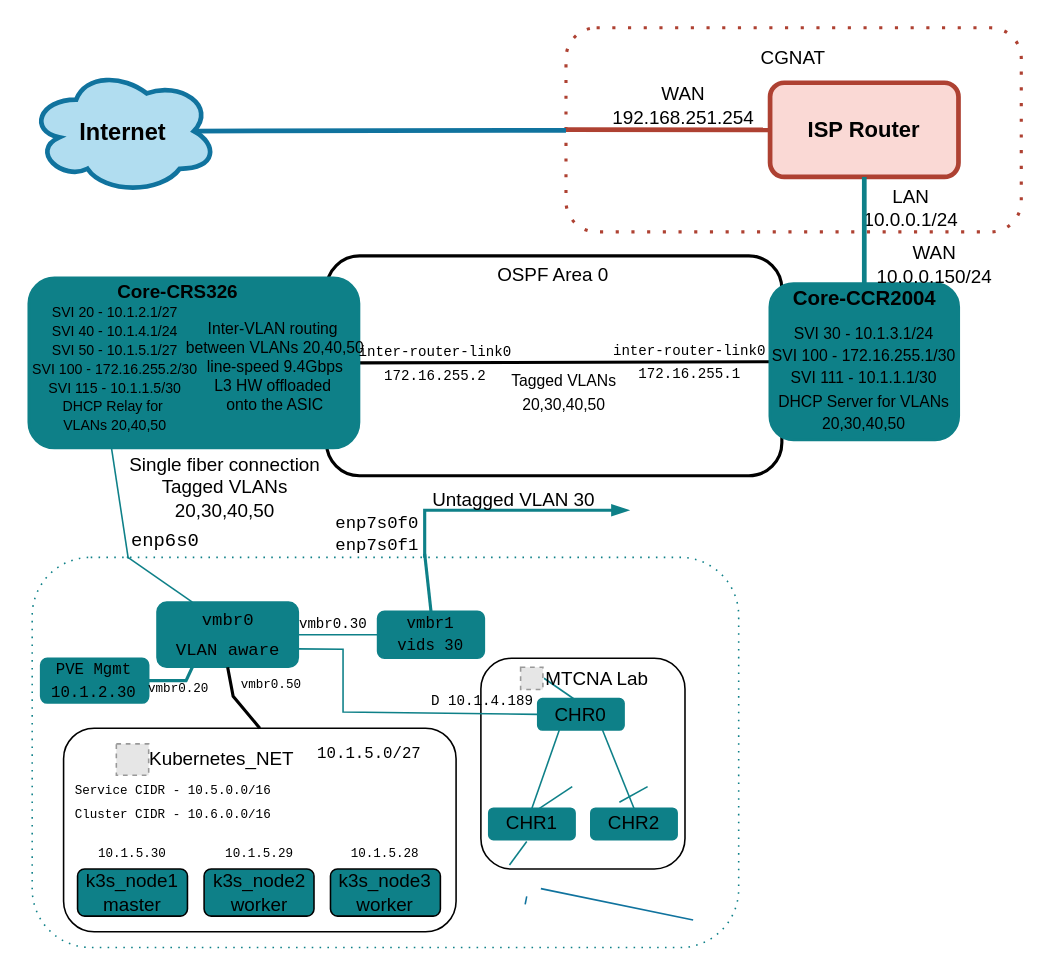
The draw.io diagram media/topology.drawio in Andreansx/Networking-lab, before the edit. Source tidied: cells renumbered, new cells numbered last; positions are measured from the earlier drawing's top-left corner, leaving out a move shared by most shapes. Both pictures are drawn from the tidied source at 157%, with x=0, y=0 at pixel (28, 27). Pictures stored in the file or linked from it are replaced by grey dashed boxes.
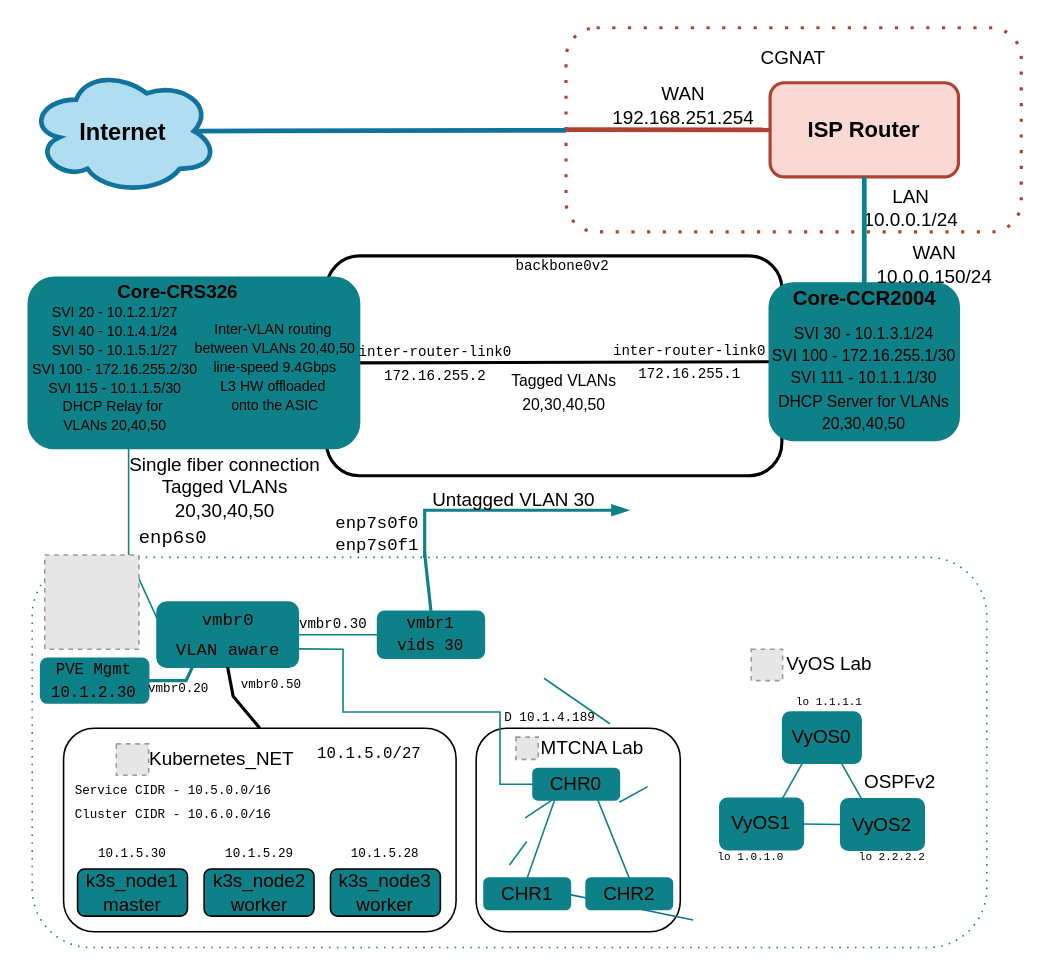
After the change.

Change to the diagram source:
```diff
@@
     <mxCell id="2" style="rounded=1;whiteSpace=wrap;html=1;fillColor=none;dashed=1;dashPattern=1 4;strokeColor=light-dark(#0E8088,#FCA311);strokeWidth=1;" parent="1" vertex="1">
-      <mxGeometry x="2" y="337.5" width="450" height="248.5" as="geometry" />
+      <mxGeometry x="2" y="337.5" width="608" height="248.5" as="geometry" />
     </mxCell>
     <mxCell id="3" style="rounded=1;whiteSpace=wrap;html=1;fillColor=none;strokeColor=light-dark(#000000,#4C0099);" parent="1" vertex="1">
-      <mxGeometry x="287.8" y="401.8" width="130" height="134.2" as="geometry" />
+      <mxGeometry x="284.8" y="446.3" width="130" height="129.7" as="geometry" />
     </mxCell>
@@
-    <mxCell id="5" style="rounded=1;whiteSpace=wrap;html=1;fillColor=none;strokeColor=light-dark(#000000,#910049);strokeWidth=2;fillStyle=dashed;gradientColor=light-dark(#000000,#99004D);gradientDirection=south;" parent="1" vertex="1">
+    <mxCell id="5" style="rounded=1;whiteSpace=wrap;html=1;fillColor=none;strokeColor=light-dark(#000000,#E00B43);strokeWidth=2;fillStyle=dashed;gradientColor=light-dark(#000000,#99004D);gradientDirection=south;" parent="1" vertex="1">
       <mxGeometry x="189.5" y="145.5" width="290" height="140" as="geometry" />
     </mxCell>
-    <mxCell id="6" style="rounded=1;whiteSpace=wrap;html=1;fillColor=none;dashed=1;dashPattern=1 4;strokeColor=light-dark(#AE4132,#FF0000);strokeWidth=2;" parent="1" vertex="1">
+    <mxCell id="6" style="rounded=1;whiteSpace=wrap;html=1;fillColor=none;dashed=1;dashPattern=1 4;strokeColor=light-dark(#AE4132,#B80000);strokeWidth=2;" parent="1" vertex="1">
       <mxGeometry x="342" y="0.2" width="290" height="130" as="geometry" />
     </mxCell>
@@
-    <mxCell id="8" value="&lt;b&gt;&lt;font style=&quot;font-size: 14px;&quot;&gt;ISP Router&lt;/font&gt;&lt;/b&gt;" style="rounded=1;whiteSpace=wrap;html=1;fillColor=#fad9d5;strokeColor=light-dark(#AE4132,#FF0000);strokeWidth=3;glass=0;" parent="1" vertex="1">
+    <mxCell id="8" value="&lt;b&gt;&lt;font style=&quot;font-size: 14px;&quot;&gt;ISP Router&lt;/font&gt;&lt;/b&gt;" style="rounded=1;whiteSpace=wrap;html=1;fillColor=light-dark(#FAD9D5,#190F0D);strokeColor=light-dark(#AE4132,#B80000);strokeWidth=2;glass=0;" parent="1" vertex="1">
       <mxGeometry x="472" y="35.2" width="120" height="60" as="geometry" />
     </mxCell>
@@
-    <mxCell id="15" style="rounded=1;whiteSpace=wrap;html=1;fillColor=light-dark(#0E8088,#242423);strokeColor=light-dark(#0E8088,#FCA311);strokeWidth=2;glass=0;" parent="1" vertex="1">
+    <mxCell id="15" style="rounded=1;whiteSpace=wrap;html=1;fillColor=light-dark(#0E8088,#121211);strokeColor=light-dark(#0E8088,#FCA311);strokeWidth=2;glass=0;" parent="1" vertex="1">
       <mxGeometry x="472" y="163.2" width="120" height="99.4" as="geometry" />
     </mxCell>
@@
-    <mxCell id="18" style="rounded=1;whiteSpace=wrap;html=1;fillColor=light-dark(#0E8088,#242423);strokeColor=light-dark(#0E8088,#FCA311);strokeWidth=2;glass=0;" parent="1" vertex="1">
+    <mxCell id="18" style="rounded=1;whiteSpace=wrap;html=1;fillColor=light-dark(#0E8088,#121211);strokeColor=light-dark(#0E8088,#FCA311);strokeWidth=2;glass=0;" parent="1" vertex="1">
       <mxGeometry y="159.6" width="210" height="108.1" as="geometry" />
     </mxCell>
@@
-    <mxCell id="23" style="endArrow=none;html=1;rounded=0;entryX=0.25;entryY=1;entryDx=0;entryDy=0;exitX=0.136;exitY=0.003;exitDx=0;exitDy=0;fillColor=#b0e3e6;strokeColor=light-dark(#0E8088,#FCA311);strokeWidth=1;exitPerimeter=0;" parent="1" edge="1" source="2" target="18">
+    <mxCell id="23" style="endArrow=none;html=1;rounded=0;entryX=0.302;entryY=0.997;entryDx=0;entryDy=0;exitX=0.101;exitY=0.002;exitDx=0;exitDy=0;fillColor=#b0e3e6;strokeColor=light-dark(#0E8088,#FCA311);strokeWidth=1;exitPerimeter=0;entryPerimeter=0;" parent="1" edge="1" source="2" target="18">
       <mxGeometry relative="1" as="geometry" />
     </mxCell>
@@
-    <mxCell id="25" value="&lt;div style=&quot;line-height: 50%;&quot;&gt;&lt;pre&gt;&lt;font style=&quot;font-size: 11px; line-height: 50%;&quot;&gt;vmbr0&lt;/font&gt;&lt;/pre&gt;&lt;pre&gt;&lt;font style=&quot;font-size: 11px; line-height: 50%;&quot;&gt;VLAN aware&lt;/font&gt;&lt;/pre&gt;&lt;/div&gt;" style="rounded=1;whiteSpace=wrap;html=1;fillColor=light-dark(#0E8088,#242423);strokeColor=light-dark(#0E8088,#FCA311);glass=0;" parent="1" vertex="1">
+    <mxCell id="25" value="&lt;div style=&quot;line-height: 50%;&quot;&gt;&lt;pre&gt;&lt;font style=&quot;font-size: 11px; line-height: 50%;&quot;&gt;vmbr0&lt;/font&gt;&lt;/pre&gt;&lt;pre&gt;&lt;font style=&quot;font-size: 11px; line-height: 50%;&quot;&gt;VLAN aware&lt;/font&gt;&lt;/pre&gt;&lt;/div&gt;" style="rounded=1;whiteSpace=wrap;html=1;fillColor=light-dark(#0E8088,#121211);strokeColor=light-dark(#0E8088,#FCA311);glass=0;" parent="1" vertex="1">
       <mxGeometry x="81.5" y="366" width="90" height="41.5" as="geometry" />
     </mxCell>
-    <mxCell id="26" style="endArrow=none;html=1;rounded=1;entryX=0.134;entryY=-0.002;entryDx=0;entryDy=0;exitX=0.25;exitY=0;exitDx=0;exitDy=0;fillColor=#b0e3e6;strokeColor=light-dark(#0E8088,#FCA311);endSize=8;strokeWidth=1;entryPerimeter=0;curved=0;" parent="1" edge="1" source="25" target="2">
+    <mxCell id="26" style="endArrow=none;html=1;rounded=1;entryX=0.102;entryY=0.002;entryDx=0;entryDy=0;exitX=0;exitY=0.25;exitDx=0;exitDy=0;fillColor=#b0e3e6;strokeColor=light-dark(#0E8088,#FCA311);endSize=8;strokeWidth=1;entryPerimeter=0;curved=0;" parent="1" edge="1" source="25" target="2">
       <mxGeometry relative="1" as="geometry" />
     </mxCell>
-    <mxCell id="27" value="&lt;pre&gt;&lt;font style=&quot;font-size: 10px;&quot;&gt;PVE Mgmt&lt;br&gt;10.1.2.30&lt;/font&gt;&lt;/pre&gt;" style="rounded=1;whiteSpace=wrap;html=1;fillColor=light-dark(#0E8088,#242423);strokeColor=light-dark(#0E8088,#FCA311);glass=0;" parent="1" vertex="1">
+    <mxCell id="27" value="&lt;pre&gt;&lt;font style=&quot;font-size: 10px;&quot;&gt;PVE Mgmt&lt;br&gt;10.1.2.30&lt;/font&gt;&lt;/pre&gt;" style="rounded=1;whiteSpace=wrap;html=1;fillColor=light-dark(#0E8088,#121211);strokeColor=light-dark(#0E8088,#FCA311);glass=0;" parent="1" vertex="1">
       <mxGeometry x="7.4" y="401.8" width="68.8" height="28.5" as="geometry" />
     </mxCell>
@@
     <mxCell id="30" value="&lt;pre&gt;enp6s0&lt;/pre&gt;" style="text;html=1;align=center;verticalAlign=middle;whiteSpace=wrap;rounded=0;fillColor=none;strokeColor=none;" parent="1" vertex="1">
-      <mxGeometry x="62" y="317.5" width="50" height="20" as="geometry" />
+      <mxGeometry x="67" y="315.5" width="50" height="20" as="geometry" />
     </mxCell>
@@
-    <mxCell id="37" value="OSPF Area 0" style="text;html=1;align=center;verticalAlign=middle;whiteSpace=wrap;rounded=0;" parent="1" vertex="1">
-      <mxGeometry x="290" y="143.2" width="88" height="30" as="geometry" />
-    </mxCell>
@@
-    <mxCell id="48" value="&lt;div style=&quot;line-height: 10%;&quot;&gt;&lt;pre&gt;&lt;font style=&quot;font-size: 10px; line-height: 10%;&quot;&gt;vmbr1&lt;/font&gt;&lt;/pre&gt;&lt;pre&gt;&lt;font style=&quot;font-size: 10px; line-height: 10%;&quot;&gt;vids 30&lt;/font&gt;&lt;/pre&gt;&lt;/div&gt;" style="rounded=1;whiteSpace=wrap;html=1;fillColor=light-dark(#0E8088,#242423);strokeColor=light-dark(#0E8088,#FCA311);glass=0;" parent="1" vertex="1">
+    <mxCell id="48" value="&lt;div style=&quot;line-height: 10%;&quot;&gt;&lt;pre&gt;&lt;font style=&quot;font-size: 10px; line-height: 10%;&quot;&gt;vmbr1&lt;/font&gt;&lt;/pre&gt;&lt;pre&gt;&lt;font style=&quot;font-size: 10px; line-height: 10%;&quot;&gt;vids 30&lt;/font&gt;&lt;/pre&gt;&lt;/div&gt;" style="rounded=1;whiteSpace=wrap;html=1;fillColor=light-dark(#0E8088,#121211);strokeColor=light-dark(#0E8088,#FCA311);glass=0;" parent="1" vertex="1">
       <mxGeometry x="222" y="371.8" width="68" height="30" as="geometry" />
     </mxCell>
@@
-    <mxCell id="52" value="&lt;div style=&quot;line-height: 0%;&quot;&gt;&lt;pre&gt;&lt;div&gt;&lt;p&gt;&lt;font face=&quot;Helvetica&quot; style=&quot;font-size: 10px;&quot;&gt;Inter-VLAN routing &lt;/font&gt;&lt;/p&gt;&lt;p&gt;&lt;font face=&quot;Helvetica&quot; style=&quot;font-size: 10px;&quot;&gt;between VLANs 20,40,50&lt;/font&gt;&lt;/p&gt;&lt;p&gt;&lt;font face=&quot;Helvetica&quot; style=&quot;font-size: 10px;&quot;&gt;line-speed 9.4Gbps&lt;/font&gt;&lt;/p&gt;&lt;p&gt;&lt;font face=&quot;Helvetica&quot; style=&quot;font-size: 10px;&quot;&gt;L3 HW offloaded &lt;/font&gt;&lt;/p&gt;&lt;p&gt;&lt;font face=&quot;Helvetica&quot; style=&quot;font-size: 10px;&quot;&gt;onto the ASIC&lt;/font&gt;&lt;/p&gt;&lt;/div&gt;&lt;/pre&gt;&lt;/div&gt;" style="text;html=1;align=center;verticalAlign=middle;whiteSpace=wrap;rounded=0;" parent="1" vertex="1">
+    <mxCell id="52" value="&lt;div style=&quot;line-height: 0%;&quot;&gt;&lt;pre&gt;&lt;div&gt;&lt;p&gt;&lt;font style=&quot;font-size: 9px;&quot; face=&quot;Helvetica&quot;&gt;Inter-VLAN routing &lt;/font&gt;&lt;/p&gt;&lt;p&gt;&lt;font style=&quot;font-size: 9px;&quot; face=&quot;Helvetica&quot;&gt;between VLANs 20,40,50&lt;/font&gt;&lt;/p&gt;&lt;p&gt;&lt;font style=&quot;font-size: 9px;&quot; face=&quot;Helvetica&quot;&gt;line-speed 9.4Gbps&lt;/font&gt;&lt;/p&gt;&lt;p&gt;&lt;font style=&quot;font-size: 9px;&quot; face=&quot;Helvetica&quot;&gt;L3 HW offloaded &lt;/font&gt;&lt;/p&gt;&lt;p&gt;&lt;font style=&quot;font-size: 9px;&quot; face=&quot;Helvetica&quot;&gt;onto the ASIC&lt;/font&gt;&lt;/p&gt;&lt;/div&gt;&lt;/pre&gt;&lt;/div&gt;" style="text;html=1;align=center;verticalAlign=middle;whiteSpace=wrap;rounded=0;" parent="1" vertex="1">
       <mxGeometry x="102" y="170.5" width="110" height="90" as="geometry" />
     </mxCell>
@@
-    <mxCell id="58" value="CHR0" style="rounded=1;whiteSpace=wrap;html=1;fillColor=light-dark(#0E8088,#242423);strokeColor=light-dark(#0E8088,#FCA311);" parent="1" vertex="1">
-      <mxGeometry x="324" y="427.5" width="55" height="20" as="geometry" />
+    <mxCell id="58" value="CHR0" style="rounded=1;whiteSpace=wrap;html=1;fillColor=light-dark(#0E8088,#121211);strokeColor=light-dark(#0E8088,#FCA311);" parent="1" vertex="1">
+      <mxGeometry x="321" y="472" width="55" height="20" as="geometry" />
     </mxCell>
     <mxCell id="59" style="endArrow=none;html=1;rounded=0;exitX=0.996;exitY=0.718;exitDx=0;exitDy=0;exitPerimeter=0;strokeColor=light-dark(#0E8088,#FCA311);entryX=0;entryY=0.5;entryDx=0;entryDy=0;" parent="1" edge="1" source="25" target="58">
       <mxGeometry relative="1" as="geometry">
         <Array as="points">
           <mxPoint x="200" y="396" />
           <mxPoint x="200" y="436" />
+          <mxPoint x="300" y="436" />
+          <mxPoint x="300" y="482" />
         </Array>
       </mxGeometry>
     </mxCell>
-    <mxCell id="60" value="&lt;pre&gt;&lt;font style=&quot;font-size: 9px;&quot;&gt;D 10.1.4.189&lt;/font&gt;&lt;/pre&gt;" style="text;html=1;align=center;verticalAlign=middle;whiteSpace=wrap;rounded=0;" parent="1" vertex="1">
-      <mxGeometry x="254" y="424.3" width="70" height="10" as="geometry" />
+    <mxCell id="60" value="&lt;pre&gt;&lt;font style=&quot;font-size: 8px;&quot;&gt;D 10.1.4.189&lt;/font&gt;&lt;/pre&gt;" style="text;html=1;align=center;verticalAlign=middle;whiteSpace=wrap;rounded=0;" parent="1" vertex="1">
+      <mxGeometry x="302.5" y="434.3" width="57.8" height="10" as="geometry" />
     </mxCell>
@@
-    <mxCell id="66" value="CHR1" style="rounded=1;whiteSpace=wrap;html=1;fillColor=light-dark(#0E8088,#242423);strokeColor=light-dark(#0E8088,#FCA311);" parent="1" vertex="1">
-      <mxGeometry x="292.8" y="497.3" width="55" height="20" as="geometry" />
+    <mxCell id="66" value="CHR1" style="rounded=1;whiteSpace=wrap;html=1;fillColor=light-dark(#0E8088,#121211);strokeColor=light-dark(#0E8088,#FCA311);" parent="1" vertex="1">
+      <mxGeometry x="289.8" y="541.8" width="55" height="20" as="geometry" />
     </mxCell>
-    <mxCell id="67" value="CHR2" style="rounded=1;whiteSpace=wrap;html=1;fillColor=light-dark(#0E8088,#242423);strokeColor=light-dark(#0E8088,#FCA311);" parent="1" vertex="1">
-      <mxGeometry x="357.8" y="497.3" width="55" height="20" as="geometry" />
+    <mxCell id="67" value="CHR2" style="rounded=1;whiteSpace=wrap;html=1;fillColor=light-dark(#0E8088,#121211);strokeColor=light-dark(#0E8088,#FCA311);" parent="1" vertex="1">
+      <mxGeometry x="354.8" y="541.8" width="55" height="20" as="geometry" />
     </mxCell>
@@
     <mxCell id="70" style="fillColor=#E6E6E6;strokeColor=#999999;dashed=1;verticalLabelPosition=bottom;verticalAlign=top;" parent="1" vertex="1">
-      <mxGeometry x="313.1" y="407.5" width="14.2" height="14.2" as="geometry" />
+      <mxGeometry x="310.1" y="452" width="14.2" height="14.2" as="geometry" />
     </mxCell>
     <mxCell id="71" value="MTCNA Lab" style="text;html=1;align=center;verticalAlign=middle;whiteSpace=wrap;rounded=0;" parent="1" vertex="1">
-      <mxGeometry x="327.4" y="404.7" width="70" height="20" as="geometry" />
+      <mxGeometry x="324.4" y="449.2" width="70" height="20" as="geometry" />
     </mxCell>
+    <mxCell id="72" value="VyOS0" style="rounded=1;whiteSpace=wrap;html=1;strokeColor=light-dark(#0E8088,#FC5914);fillColor=light-dark(#0E8088,#301104);" parent="1" vertex="1">
+      <mxGeometry x="480" y="436" width="50" height="32.7" as="geometry" />
+    </mxCell>
+    <mxCell id="73" value="VyOS2" style="rounded=1;whiteSpace=wrap;html=1;strokeColor=light-dark(#0E8088,#FC5914);fillColor=light-dark(#0E8088,#301104);" parent="1" vertex="1">
+      <mxGeometry x="517" y="491.3" width="53.2" height="32.7" as="geometry" />
+    </mxCell>
+    <mxCell id="74" value="VyOS1" style="rounded=1;whiteSpace=wrap;html=1;strokeColor=light-dark(#0E8088,#FC5914);fillColor=light-dark(#0E8088,#301104);" parent="1" vertex="1">
+      <mxGeometry x="440" y="491" width="53.2" height="32.7" as="geometry" />
+    </mxCell>
+    <mxCell id="75" style="endArrow=none;html=1;rounded=0;exitX=0.75;exitY=0;exitDx=0;exitDy=0;entryX=0.25;entryY=1;entryDx=0;entryDy=0;strokeColor=light-dark(#0E8088,#FC5914);" parent="1" edge="1" source="74" target="72">
+      <mxGeometry relative="1" as="geometry" />
+    </mxCell>
+    <mxCell id="76" style="endArrow=none;html=1;rounded=0;exitX=0.25;exitY=0;exitDx=0;exitDy=0;entryX=0.75;entryY=1;entryDx=0;entryDy=0;strokeColor=light-dark(#0E8088,#FC5914);" parent="1" edge="1" source="73" target="72">
+      <mxGeometry relative="1" as="geometry" />
+    </mxCell>
+    <mxCell id="77" style="endArrow=none;html=1;rounded=0;exitX=0;exitY=0.5;exitDx=0;exitDy=0;entryX=1;entryY=0.5;entryDx=0;entryDy=0;strokeColor=light-dark(#0E8088,#FC5914);" parent="1" edge="1" source="73" target="74">
+      <mxGeometry relative="1" as="geometry" />
+    </mxCell>
+    <mxCell id="78" value="&lt;pre&gt;&lt;font style=&quot;font-size: 7px;&quot;&gt;lo 1.1.1.1&lt;/font&gt;&lt;/pre&gt;" style="text;html=1;align=center;verticalAlign=middle;whiteSpace=wrap;rounded=0;" parent="1" vertex="1">
+      <mxGeometry x="490" y="424" width="40" height="10" as="geometry" />
+    </mxCell>
+    <mxCell id="79" value="&lt;pre&gt;&lt;font style=&quot;font-size: 7px;&quot;&gt;lo 2.2.2.2&lt;/font&gt;&lt;/pre&gt;" style="text;html=1;align=center;verticalAlign=middle;whiteSpace=wrap;rounded=0;" parent="1" vertex="1">
+      <mxGeometry x="530" y="523" width="40" height="10" as="geometry" />
+    </mxCell>
+    <mxCell id="80" value="&lt;pre&gt;&lt;font style=&quot;font-size: 7px;&quot;&gt;lo 1.0.1.0&lt;/font&gt;&lt;/pre&gt;" style="text;html=1;align=center;verticalAlign=middle;whiteSpace=wrap;rounded=0;" parent="1" vertex="1">
+      <mxGeometry x="440" y="523" width="40" height="10" as="geometry" />
+    </mxCell>
+    <mxCell id="81" value="OSPFv2" style="text;html=1;align=center;verticalAlign=middle;whiteSpace=wrap;rounded=0;" parent="1" vertex="1">
+      <mxGeometry x="530" y="476" width="50" height="10" as="geometry" />
+    </mxCell>
+    <mxCell id="82" value="&lt;pre&gt;&lt;font style=&quot;font-size: 9px;&quot;&gt;backbone0v2&lt;/font&gt;&lt;/pre&gt;" style="text;html=1;align=center;verticalAlign=middle;whiteSpace=wrap;rounded=0;" parent="1" vertex="1">
+      <mxGeometry x="310" y="146" width="60" height="12.8" as="geometry" />
+    </mxCell>
+    <mxCell id="83" style="fillColor=#E6E6E6;strokeColor=#999999;dashed=1;verticalLabelPosition=bottom;verticalAlign=top;" parent="1" vertex="1">
+      <mxGeometry x="460" y="396" width="20" height="20" as="geometry" />
+    </mxCell>
+    <mxCell id="84" value="VyOS Lab" style="text;html=1;align=center;verticalAlign=middle;whiteSpace=wrap;rounded=0;" parent="1" vertex="1">
+      <mxGeometry x="480" y="396" width="60" height="20" as="geometry" />
+    </mxCell>
+    <mxCell id="85" style="fillColor=#E6E6E6;strokeColor=#999999;dashed=1;verticalLabelPosition=bottom;verticalAlign=top;" parent="1" vertex="1">
+      <mxGeometry x="10" y="336" width="60" height="60" as="geometry" />
+    </mxCell>
```
